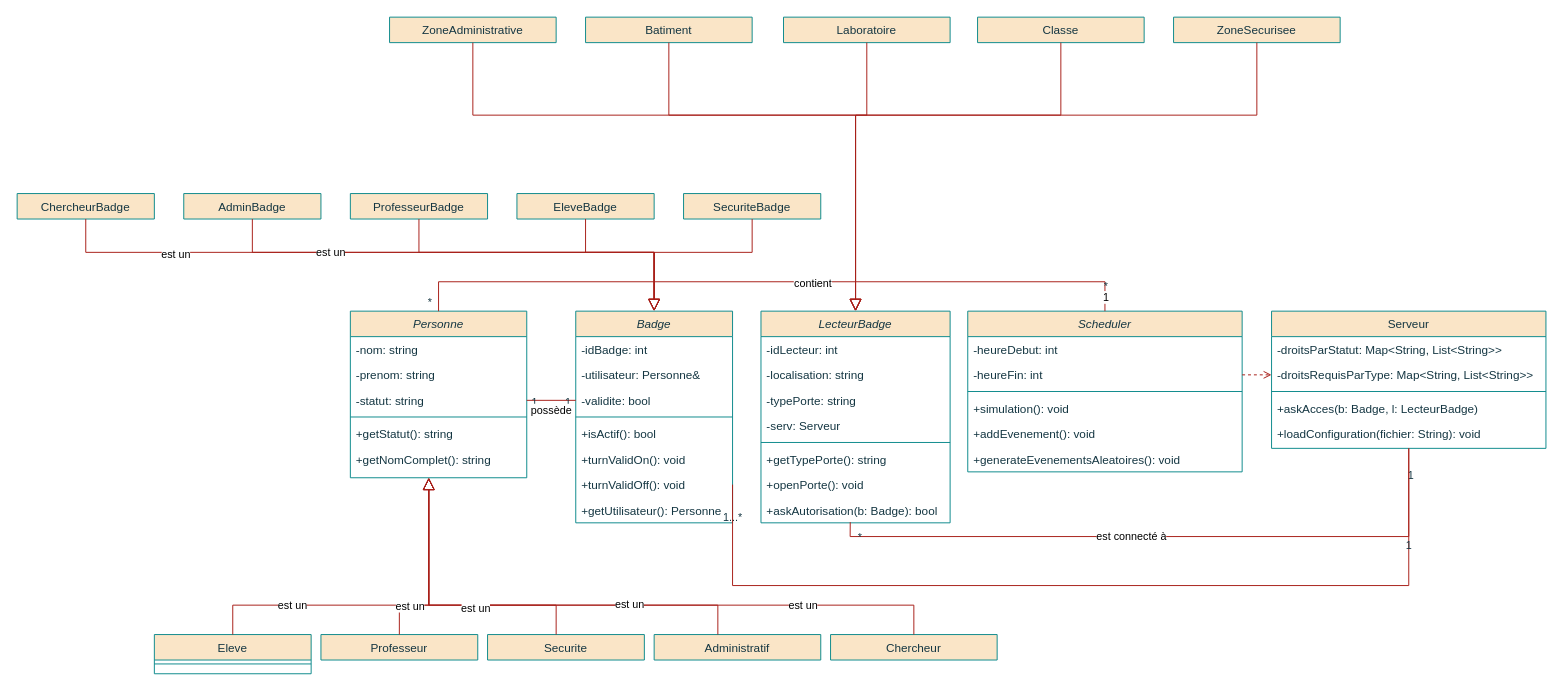
The draw.io diagram ProjetAP4_CeliaJournet.drawio in Cepostale/Access_control, before the edit. Source tidied: cells renumbered, new cells numbered last; positions are measured from the earlier drawing's top-left corner, leaving out a move shared by most shapes. Both pictures are drawn from the tidied source at 98%, with x=0, y=0 at pixel (17, 17).
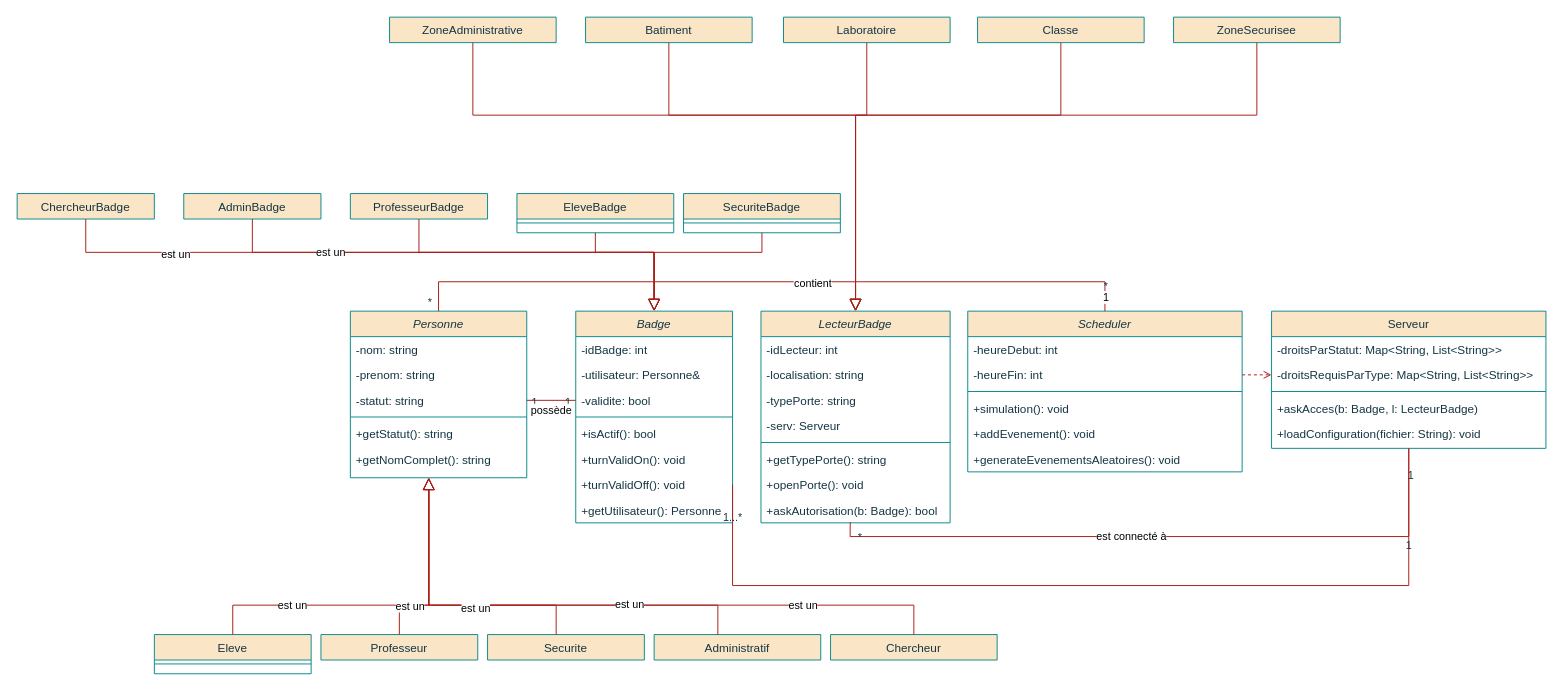
The same diagram, later.

The edit, as a diff of the source:
```diff
@@
-    <mxCell id="75" value="EleveBadge" style="swimlane;fontStyle=0;align=center;verticalAlign=top;horizontal=1;startSize=26;rounded=0;shadow=0;strokeWidth=1;labelBackgroundColor=none;fillColor=#FAE5C7;strokeColor=#0F8B8D;fontColor=#143642;" parent="1" vertex="1" collapsed="1">
-      <mxGeometry x="510" y="180" width="140" height="26" as="geometry" />
+    <mxCell id="75" value="EleveBadge" style="swimlane;fontStyle=0;align=center;verticalAlign=top;horizontal=1;startSize=26;rounded=0;shadow=0;strokeWidth=1;labelBackgroundColor=none;fillColor=#FAE5C7;strokeColor=#0F8B8D;fontColor=#143642;" parent="1" vertex="1">
+      <mxGeometry x="510" y="180" width="160" height="40" as="geometry" />
     </mxCell>
+    <mxCell id="95" style="line;html=1;strokeWidth=1;align=left;verticalAlign=middle;spacingTop=-1;spacingLeft=3;spacingRight=3;labelPosition=right;labelBackgroundColor=none;fillColor=#FAE5C7;strokeColor=#0F8B8D;fontColor=#143642;" parent="75" vertex="1">
+      <mxGeometry y="26" width="160" height="8" as="geometry" />
+    </mxCell>
-    <mxCell id="76" value="SecuriteBadge" style="swimlane;fontStyle=0;align=center;verticalAlign=top;horizontal=1;startSize=26;rounded=0;shadow=0;strokeWidth=1;labelBackgroundColor=none;fillColor=#FAE5C7;strokeColor=#0F8B8D;fontColor=#143642;" parent="1" vertex="1" collapsed="1">
-      <mxGeometry x="680" y="180" width="140" height="26" as="geometry" />
+    <mxCell id="76" value="SecuriteBadge" style="swimlane;fontStyle=0;align=center;verticalAlign=top;horizontal=1;startSize=26;rounded=0;shadow=0;strokeWidth=1;labelBackgroundColor=none;fillColor=#FAE5C7;strokeColor=#0F8B8D;fontColor=#143642;" parent="1" vertex="1">
+      <mxGeometry x="680" y="180" width="160" height="40" as="geometry" />
     </mxCell>
+    <mxCell id="96" style="line;html=1;strokeWidth=1;align=left;verticalAlign=middle;spacingTop=-1;spacingLeft=3;spacingRight=3;labelPosition=right;labelBackgroundColor=none;fillColor=#FAE5C7;strokeColor=#0F8B8D;fontColor=#143642;" parent="76" vertex="1">
+      <mxGeometry y="26" width="160" height="8" as="geometry" />
+    </mxCell>
```
